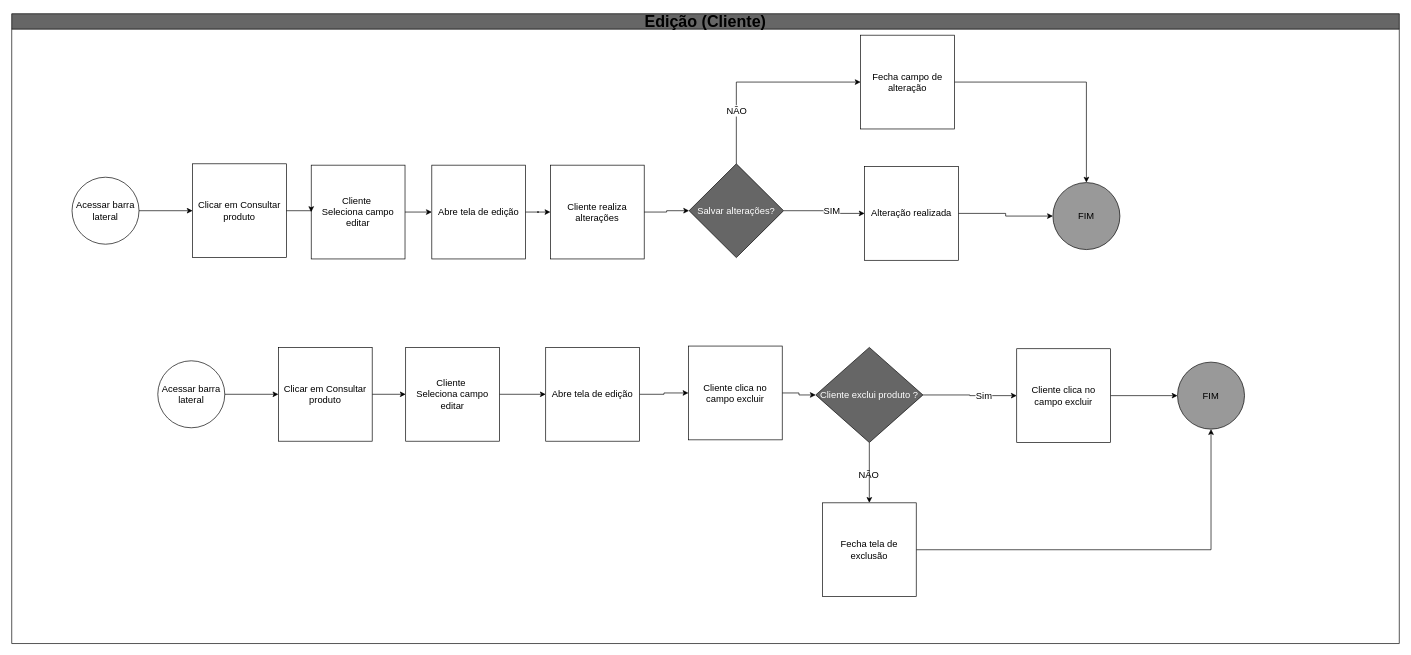
Above: page "Edição e Exclusão produto" (8 of 10) of fluxogramas/YS-Fluxo.drawio in eothigas/YS_Storage (draw.io), before the change. Source tidied: cells renumbered, new cells numbered last; positions are measured from the earlier drawing's top-left corner, leaving out a move shared by most shapes. Both pictures are drawn from the tidied source at 67%, with x=0, y=0 at pixel (11, 13).
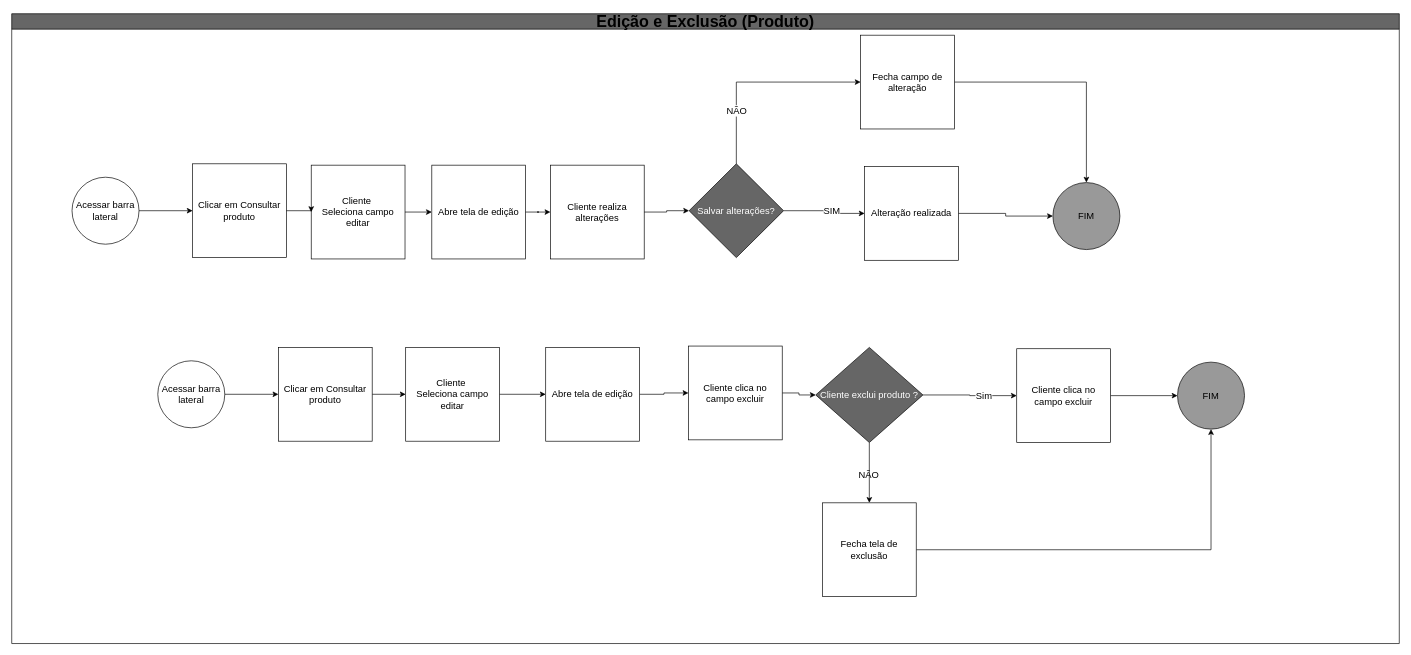
The same page after the edit.

Commit message:
Atualizações de fluxo

Change to the diagram source:
```diff
@@
-    <mxCell id="9" value="&lt;font style=&quot;font-size: 24px;&quot;&gt;Edição (Cliente)&lt;/font&gt;" style="swimlane;whiteSpace=wrap;html=1;fillColor=#666666;" parent="1" vertex="1">
+    <mxCell id="9" value="&lt;font style=&quot;font-size: 24px;&quot;&gt;Edição e Exclusão (Produto)&lt;/font&gt;" style="swimlane;whiteSpace=wrap;html=1;fillColor=#666666;" parent="1" vertex="1">
       <mxGeometry width="2071" height="940" as="geometry" />
     </mxCell>
```
